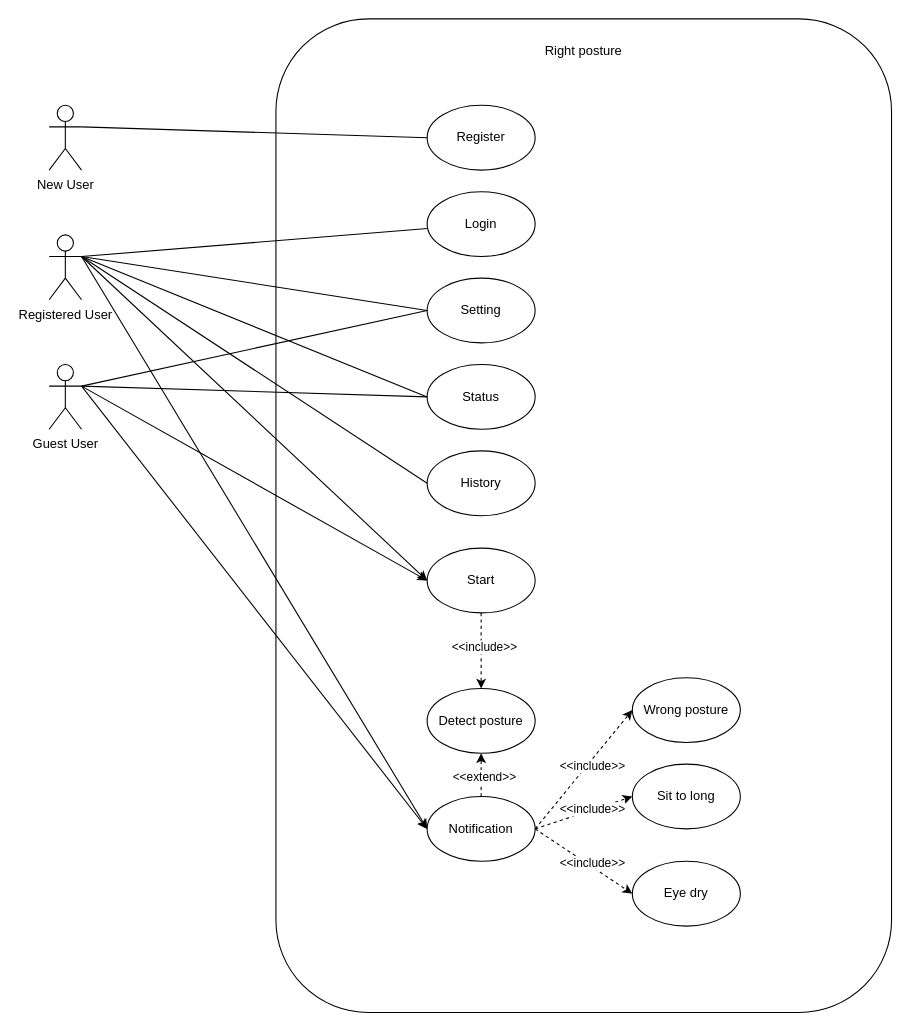
Earlier version of the draw.io diagram Usecase.drawio (astrrr/Right-posture). Source tidied: cells renumbered, new cells numbered last; positions are measured from the earlier drawing's top-left corner, leaving out a move shared by most shapes. Both pictures are drawn from the tidied source at 108%, with x=0, y=0 at pixel (49, 18).
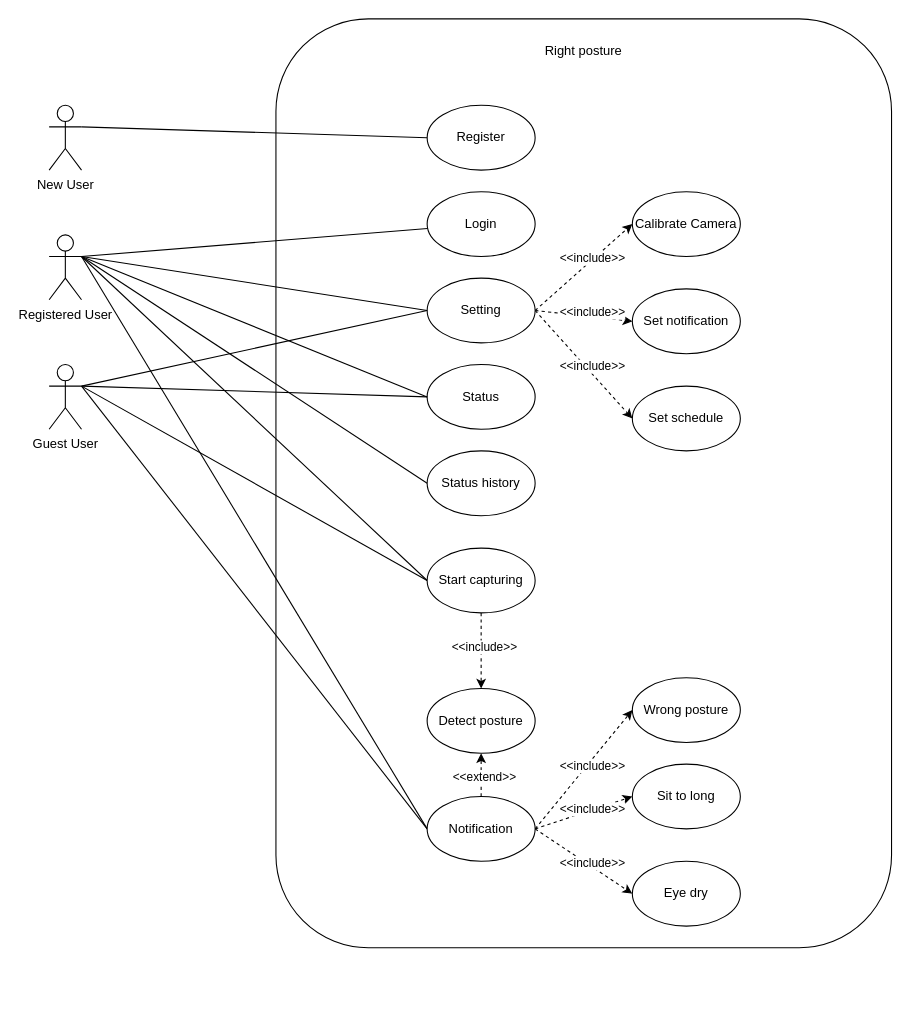
The same page after the edit.

Unchanged cells that the change refers to:
```xml
<mxCell id="6" value="Registered User" style="shape=umlActor;verticalLabelPosition=bottom;verticalAlign=top;html=1;outlineConnect=0;" parent="1" vertex="1">
  <mxGeometry y="200" width="30" height="60" as="geometry" />
</mxCell>
<mxCell id="10" value="Setting" style="ellipse;whiteSpace=wrap;html=1;" parent="1" vertex="1">
  <mxGeometry x="350" y="240" width="100" height="60" as="geometry" />
</mxCell>
<mxCell id="20" value="Guest User" style="shape=umlActor;verticalLabelPosition=bottom;verticalAlign=top;html=1;outlineConnect=0;" parent="1" vertex="1">
  <mxGeometry y="320" width="30" height="60" as="geometry" />
</mxCell>
<mxCell id="29" value="Notification" style="ellipse;whiteSpace=wrap;html=1;" parent="1" vertex="1">
  <mxGeometry x="350" y="720" width="100" height="60" as="geometry" />
</mxCell>
```

Change to the diagram source:
```diff
@@
     <mxCell id="2" style="whiteSpace=wrap;html=1;rounded=1;imageAspect=1;" parent="1" vertex="1">
-      <mxGeometry x="210" width="570" height="920" as="geometry" />
+      <mxGeometry x="210" width="570" height="860" as="geometry" />
     </mxCell>
@@
-    <mxCell id="4" style="edgeStyle=none;rounded=0;jettySize=auto;html=1;exitX=1;exitY=0.3333333333333333;exitDx=0;exitDy=0;exitPerimeter=0;entryX=0;entryY=0.5;entryDx=0;entryDy=0;endArrow=classic;endFill=1;" parent="1" edge="1" source="6" target="29">
+    <mxCell id="4" style="edgeStyle=none;rounded=0;jettySize=auto;html=1;exitX=1;exitY=0.3333333333333333;exitDx=0;exitDy=0;exitPerimeter=0;entryX=0;entryY=0.5;entryDx=0;entryDy=0;endArrow=none;endFill=0;" parent="1" edge="1" source="6" target="29">
       <mxGeometry relative="1" as="geometry" />
     </mxCell>
-    <mxCell id="5" style="edgeStyle=none;rounded=0;jettySize=auto;html=1;exitX=1;exitY=0.3333333333333333;exitDx=0;exitDy=0;exitPerimeter=0;entryX=0;entryY=0.5;entryDx=0;entryDy=0;endArrow=classic;endFill=1;" parent="1" edge="1" source="6" target="24">
+    <mxCell id="5" style="edgeStyle=none;rounded=0;jettySize=auto;html=1;exitX=1;exitY=0.3333333333333333;exitDx=0;exitDy=0;exitPerimeter=0;entryX=0;entryY=0.5;entryDx=0;entryDy=0;endArrow=none;endFill=0;" parent="1" edge="1" source="6" target="24">
       <mxGeometry relative="1" as="geometry" />
     </mxCell>
@@
+    <mxCell id="39" style="edgeStyle=none;rounded=0;jettySize=auto;html=1;exitX=1;exitY=0.5;exitDx=0;exitDy=0;entryX=0;entryY=0.5;entryDx=0;entryDy=0;dashed=1;endArrow=classic;endFill=1;" parent="1" edge="1" source="10" target="42">
+      <mxGeometry relative="1" as="geometry" />
+    </mxCell>
+    <mxCell id="40" style="edgeStyle=none;rounded=0;jettySize=auto;html=1;exitX=1;exitY=0.5;exitDx=0;exitDy=0;entryX=0;entryY=0.5;entryDx=0;entryDy=0;dashed=1;endArrow=classic;endFill=1;" parent="1" edge="1" source="10" target="43">
+      <mxGeometry relative="1" as="geometry" />
+    </mxCell>
+    <mxCell id="41" style="edgeStyle=none;rounded=0;jettySize=auto;html=1;exitX=1;exitY=0.5;exitDx=0;exitDy=0;entryX=0;entryY=0.5;entryDx=0;entryDy=0;dashed=1;endArrow=classic;endFill=1;" parent="1" edge="1" source="10" target="44">
+      <mxGeometry relative="1" as="geometry" />
+    </mxCell>
@@
-    <mxCell id="15" value="History" style="ellipse;whiteSpace=wrap;html=1;" parent="1" vertex="1">
+    <mxCell id="15" value="Status history" style="ellipse;whiteSpace=wrap;html=1;" parent="1" vertex="1">
       <mxGeometry x="350" y="400" width="100" height="60" as="geometry" />
     </mxCell>
@@
-    <mxCell id="18" style="edgeStyle=none;rounded=0;jettySize=auto;html=1;exitX=1;exitY=0.3333333333333333;exitDx=0;exitDy=0;exitPerimeter=0;entryX=0;entryY=0.5;entryDx=0;entryDy=0;endArrow=classic;endFill=1;" parent="1" edge="1" source="20" target="29">
+    <mxCell id="18" style="edgeStyle=none;rounded=0;jettySize=auto;html=1;exitX=1;exitY=0.3333333333333333;exitDx=0;exitDy=0;exitPerimeter=0;entryX=0;entryY=0.5;entryDx=0;entryDy=0;endArrow=none;endFill=0;" parent="1" edge="1" source="20" target="29">
       <mxGeometry relative="1" as="geometry" />
     </mxCell>
-    <mxCell id="19" style="edgeStyle=none;rounded=0;jettySize=auto;html=1;exitX=1;exitY=0.3333333333333333;exitDx=0;exitDy=0;exitPerimeter=0;entryX=0;entryY=0.5;entryDx=0;entryDy=0;endArrow=classic;endFill=1;" parent="1" edge="1" source="20" target="24">
+    <mxCell id="19" style="edgeStyle=none;rounded=0;jettySize=auto;html=1;exitX=1;exitY=0.3333333333333333;exitDx=0;exitDy=0;exitPerimeter=0;entryX=0;entryY=0.5;entryDx=0;entryDy=0;endArrow=none;endFill=0;" parent="1" edge="1" source="20" target="24">
       <mxGeometry relative="1" as="geometry" />
     </mxCell>
@@
-    <mxCell id="24" value="Start" style="ellipse;whiteSpace=wrap;html=1;" parent="1" vertex="1">
+    <mxCell id="24" value="Start capturing" style="ellipse;whiteSpace=wrap;html=1;" parent="1" vertex="1">
       <mxGeometry x="350" y="490" width="100" height="60" as="geometry" />
     </mxCell>
@@
+    <mxCell id="42" value="Calibrate Camera" style="ellipse;whiteSpace=wrap;html=1;" parent="1" vertex="1">
+      <mxGeometry x="540" y="160" width="100" height="60" as="geometry" />
+    </mxCell>
+    <mxCell id="43" value="Set notification" style="ellipse;whiteSpace=wrap;html=1;" parent="1" vertex="1">
+      <mxGeometry x="540" y="250" width="100" height="60" as="geometry" />
+    </mxCell>
+    <mxCell id="44" value="Set&amp;nbsp;schedule" style="ellipse;whiteSpace=wrap;html=1;" parent="1" vertex="1">
+      <mxGeometry x="540" y="340" width="100" height="60" as="geometry" />
+    </mxCell>
+    <mxCell id="45" value="&amp;lt;&amp;lt;include&amp;gt;&amp;gt;" style="edgeLabel;html=1;align=center;verticalAlign=middle;" parent="1" vertex="1">
+      <mxGeometry x="620" y="180" as="geometry">
+        <mxPoint x="-118" y="41" as="offset" />
+      </mxGeometry>
+    </mxCell>
+    <mxCell id="46" value="&amp;lt;&amp;lt;include&amp;gt;&amp;gt;" style="edgeLabel;html=1;align=center;verticalAlign=middle;" parent="1" vertex="1">
+      <mxGeometry x="620" y="230" as="geometry">
+        <mxPoint x="-118" y="41" as="offset" />
+      </mxGeometry>
+    </mxCell>
+    <mxCell id="47" value="&amp;lt;&amp;lt;include&amp;gt;&amp;gt;" style="edgeLabel;html=1;align=center;verticalAlign=middle;" parent="1" vertex="1">
+      <mxGeometry x="620" y="280" as="geometry">
+        <mxPoint x="-118" y="41" as="offset" />
+      </mxGeometry>
+    </mxCell>
```
